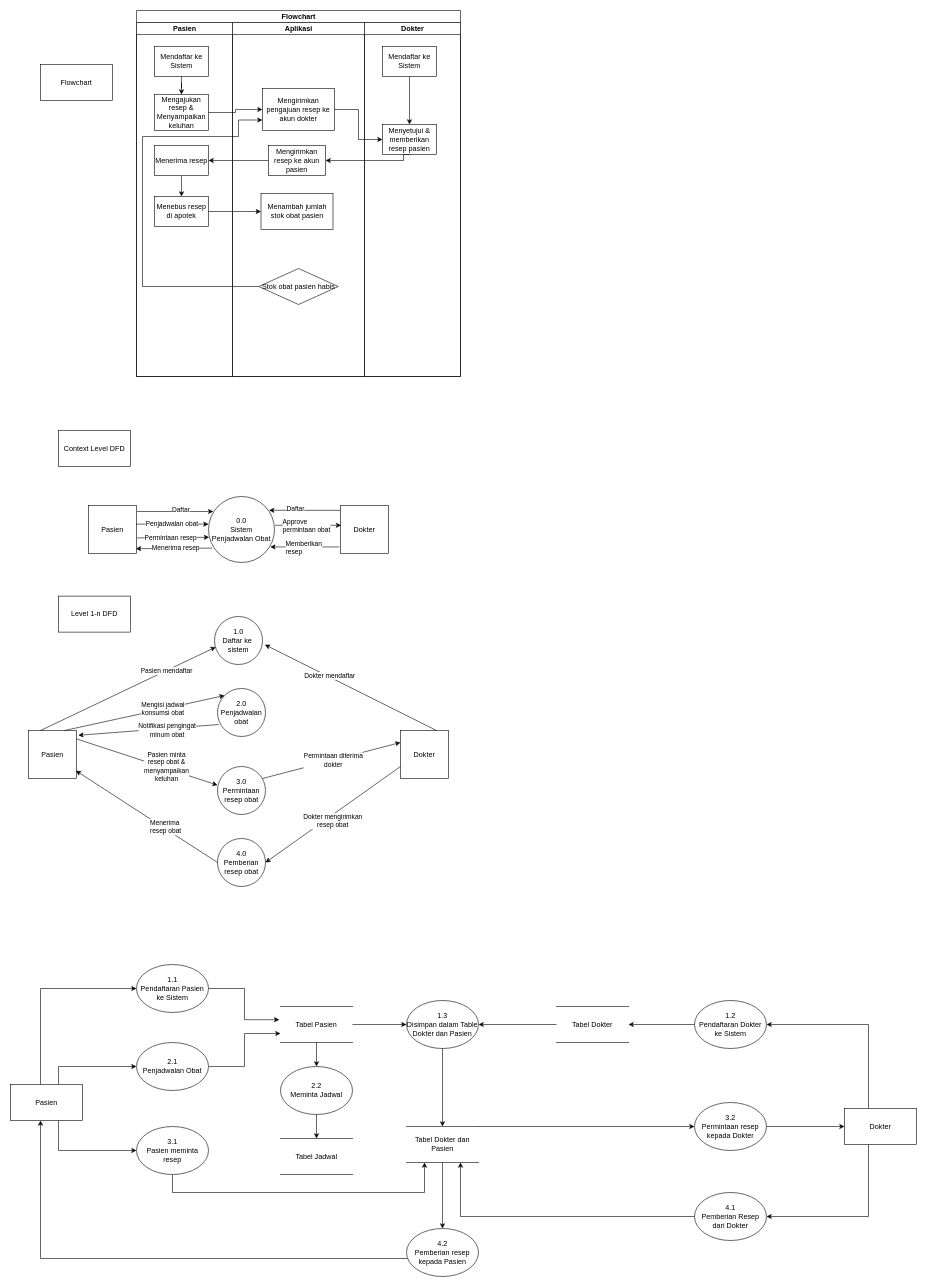
Earlier version of the draw.io diagram page "Flowchart" (1 of 2) of Flowchart.drawio (WidadAbida/Praktikum-PPL). Source tidied: cells renumbered, new cells numbered last; positions are measured from the earlier drawing's top-left corner, leaving out a move shared by most shapes. Both pictures are drawn from the tidied source at 60%, with x=0, y=0 at pixel (10, 10).
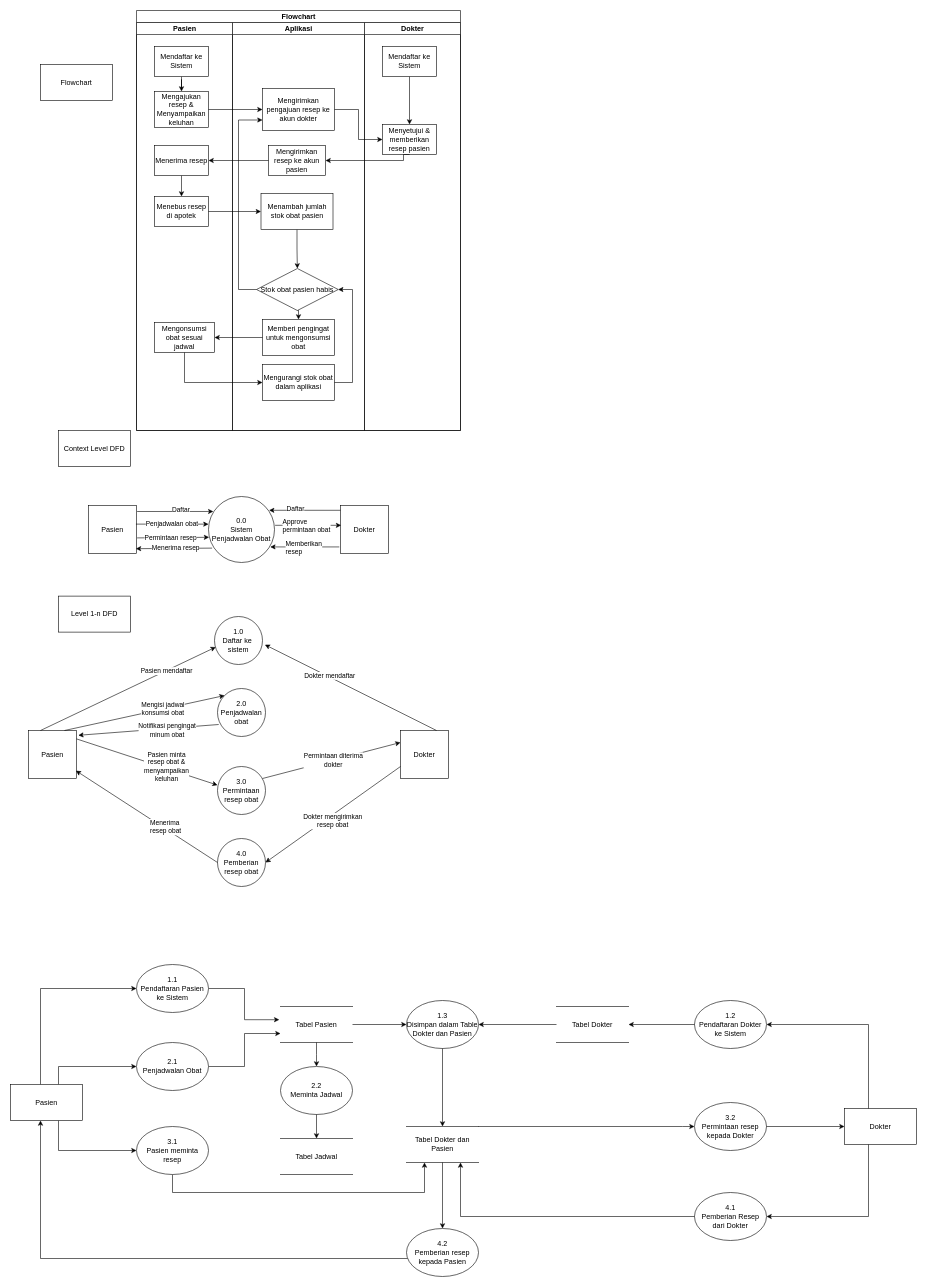
Above is the later version.

Unchanged cells that the change refers to:
```xml
<mxCell id="86" value="Menambah jumlah stok obat pasien" style="rounded=0;whiteSpace=wrap;html=1;" parent="85" vertex="1">
  <mxGeometry x="47.5" y="285" width="120" height="60" as="geometry" />
</mxCell>
<mxCell id="87" value="Mengirimkan pengajuan resep ke akun dokter" style="rounded=0;whiteSpace=wrap;html=1;" parent="85" vertex="1">
  <mxGeometry x="50" y="110" width="120" height="70" as="geometry" />
</mxCell>
```

Change to the diagram source:
```diff
@@
     <mxCell id="77" value="Flowchart" style="swimlane;html=1;startSize=20;" parent="1" vertex="1">
-      <mxGeometry x="210" width="540" height="610" as="geometry" />
+      <mxGeometry x="210" width="540" height="700" as="geometry" />
     </mxCell>
     <mxCell id="78" value="Pasien" style="swimlane;html=1;startSize=20;" parent="77" vertex="1">
-      <mxGeometry y="20" width="160" height="590" as="geometry" />
+      <mxGeometry y="20" width="160" height="680" as="geometry" />
     </mxCell>
@@
+    <mxCell id="81" value="Mengajukan resep &amp;amp; Menyampaikan keluhan" style="rounded=0;whiteSpace=wrap;html=1;" parent="78" vertex="1">
+      <mxGeometry x="30" y="115" width="90" height="60" as="geometry" />
+    </mxCell>
@@
-    <mxCell id="81" value="Mengajukan resep &amp;amp; Menyampaikan keluhan" style="rounded=0;whiteSpace=wrap;html=1;" parent="78" vertex="1">
-      <mxGeometry x="30" y="120" width="90" height="60" as="geometry" />
-    </mxCell>
@@
+    <mxCell id="100" value="Mengonsumsi obat sesuai jadwal" style="rounded=0;whiteSpace=wrap;html=1;" parent="78" vertex="1">
+      <mxGeometry x="30" y="500" width="100" height="50" as="geometry" />
+    </mxCell>
     <mxCell id="85" value="Aplikasi" style="swimlane;html=1;startSize=20;" parent="77" vertex="1">
-      <mxGeometry x="160" y="20" width="220" height="590" as="geometry" />
+      <mxGeometry x="160" y="20" width="220" height="680" as="geometry" />
     </mxCell>
+    <mxCell id="101" style="edgeStyle=orthogonalEdgeStyle;rounded=0;jettySize=auto;html=1;exitX=0.5;exitY=1;exitDx=0;exitDy=0;entryX=0.5;entryY=0;entryDx=0;entryDy=0;" parent="85" edge="1" source="86" target="90">
+      <mxGeometry relative="1" as="geometry" />
+    </mxCell>
@@
     <mxCell id="89" style="edgeStyle=orthogonalEdgeStyle;rounded=0;jettySize=auto;html=1;exitX=0;exitY=0.5;exitDx=0;exitDy=0;entryX=0;entryY=0.75;entryDx=0;entryDy=0;" parent="85" edge="1" source="90" target="87">
       <mxGeometry relative="1" as="geometry">
         <Array as="points">
-          <mxPoint x="-150" y="440" />
-          <mxPoint x="-150" y="190" />
-          <mxPoint x="10" y="190" />
+          <mxPoint x="10" y="445" />
           <mxPoint x="10" y="163" />
         </Array>
       </mxGeometry>
     </mxCell>
+    <mxCell id="102" style="edgeStyle=orthogonalEdgeStyle;rounded=0;jettySize=auto;html=1;exitX=0.5;exitY=1;exitDx=0;exitDy=0;entryX=0.5;entryY=0;entryDx=0;entryDy=0;" parent="85" edge="1" source="90" target="105">
+      <mxGeometry relative="1" as="geometry" />
+    </mxCell>
     <mxCell id="90" value="Stok obat pasien habis" style="rhombus;whiteSpace=wrap;html=1;" parent="85" vertex="1">
-      <mxGeometry x="43.8" y="410" width="132.5" height="60" as="geometry" />
+      <mxGeometry x="40" y="410" width="136.2" height="70" as="geometry" />
     </mxCell>
+    <mxCell id="103" value="Mengurangi stok obat dalam aplikasi" style="rounded=0;whiteSpace=wrap;html=1;" parent="85" vertex="1">
+      <mxGeometry x="50" y="570" width="120" height="60" as="geometry" />
+    </mxCell>
+    <mxCell id="104" style="edgeStyle=orthogonalEdgeStyle;rounded=0;jettySize=auto;html=1;exitX=1;exitY=0.5;exitDx=0;exitDy=0;" parent="85" edge="1" source="103">
+      <mxGeometry relative="1" as="geometry">
+        <mxPoint x="176" y="445" as="targetPoint" />
+        <Array as="points">
+          <mxPoint x="200" y="600" />
+          <mxPoint x="200" y="445" />
+        </Array>
+      </mxGeometry>
+    </mxCell>
+    <mxCell id="105" value="Memberi pengingat untuk mengonsumsi obat" style="rounded=0;whiteSpace=wrap;html=1;" parent="85" vertex="1">
+      <mxGeometry x="50" y="495" width="120" height="60" as="geometry" />
+    </mxCell>
     <mxCell id="91" value="Dokter" style="swimlane;html=1;startSize=20;" parent="77" vertex="1">
-      <mxGeometry x="380" y="20" width="160" height="590" as="geometry" />
+      <mxGeometry x="380" y="20" width="160" height="680" as="geometry" />
     </mxCell>
@@
+    <mxCell id="106" style="edgeStyle=orthogonalEdgeStyle;rounded=0;jettySize=auto;html=1;exitX=0;exitY=0.5;exitDx=0;exitDy=0;entryX=1;entryY=0.5;entryDx=0;entryDy=0;" parent="77" edge="1" source="105" target="100">
+      <mxGeometry relative="1" as="geometry" />
+    </mxCell>
+    <mxCell id="107" style="edgeStyle=orthogonalEdgeStyle;rounded=0;jettySize=auto;html=1;exitX=0.5;exitY=1;exitDx=0;exitDy=0;entryX=0;entryY=0.5;entryDx=0;entryDy=0;" parent="77" edge="1" source="100" target="103">
+      <mxGeometry relative="1" as="geometry" />
+    </mxCell>
```
